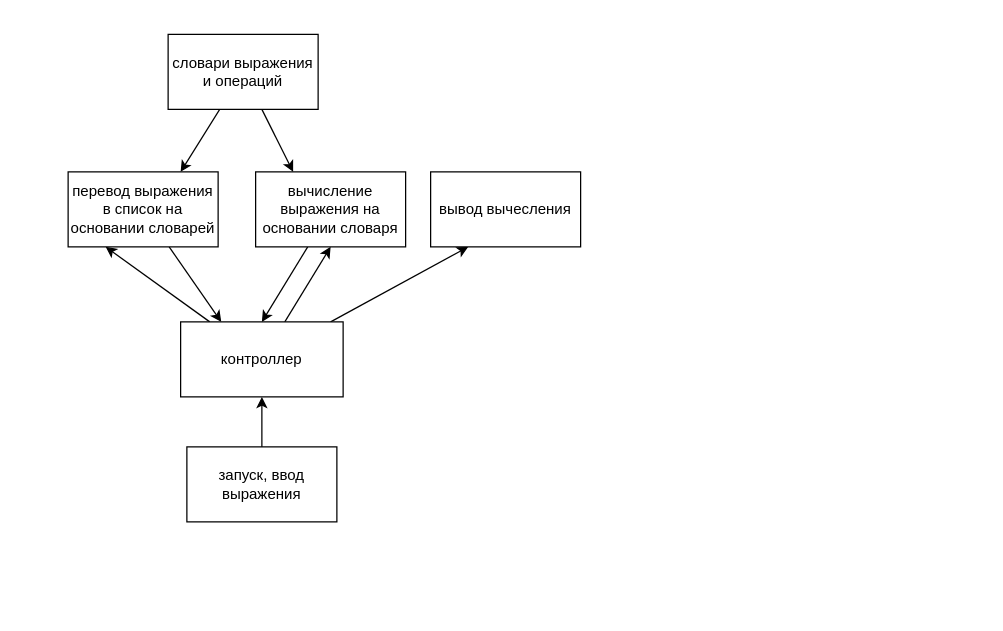
Earlier version of the draw.io diagram Seminar/prog_lesson_7/block.drawio (SoLoVeYOo/Python). Source tidied: cells renumbered, new cells numbered last; positions are measured from the earlier drawing's top-left corner, leaving out a move shared by most shapes. Both pictures are drawn from the tidied source at 125%, with x=0, y=0 at pixel (68, 34).
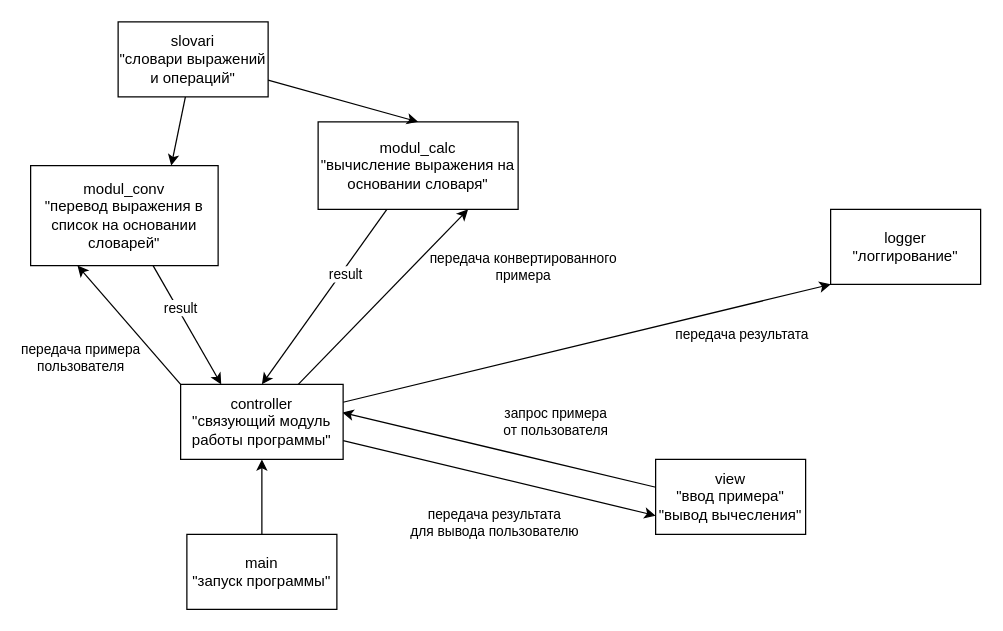
Above is the later version.

Commit message (it also covers changes not shown here):
prog_lesson_7_calc_v0.5

The change refers to these unchanged cells:
```xml
<mxCell id="2" style="edgeStyle=none;html=1;entryX=0.25;entryY=0;entryDx=0;entryDy=0;" parent="1" edge="1" source="3" target="13">
  <mxGeometry relative="1" as="geometry" />
</mxCell>
<mxCell id="4" style="edgeStyle=none;html=1;entryX=0.5;entryY=0;entryDx=0;entryDy=0;" parent="1" edge="1" source="5" target="13">
  <mxGeometry relative="1" as="geometry" />
</mxCell>
```

Diff of the diagram source:
```diff
@@
+    <mxCell id="16" value="result" style="edgeLabel;html=1;align=center;verticalAlign=middle;" parent="2" vertex="1">
+      <mxGeometry x="-0.27" y="2" relative="1" as="geometry" />
+    </mxCell>
-    <mxCell id="3" value="перевод выражения в список на основании словарей" style="rounded=0;whiteSpace=wrap;html=1;" parent="1" vertex="1">
-      <mxGeometry y="110" width="120" height="60" as="geometry" />
+    <mxCell id="3" value="modul_conv&lt;br&gt;&quot;перевод выражения в список на основании словарей&quot;" style="rounded=0;whiteSpace=wrap;html=1;" parent="1" vertex="1">
+      <mxGeometry x="-30" y="105" width="150" height="80" as="geometry" />
     </mxCell>
@@
+    <mxCell id="17" value="result" style="edgeLabel;html=1;align=center;verticalAlign=middle;" parent="4" vertex="1">
+      <mxGeometry x="-0.28" y="3" relative="1" as="geometry">
+        <mxPoint y="-1" as="offset" />
+      </mxGeometry>
+    </mxCell>
-    <mxCell id="5" value="вычисление выражения на основании словаря" style="rounded=0;whiteSpace=wrap;html=1;" parent="1" vertex="1">
-      <mxGeometry x="150" y="110" width="120" height="60" as="geometry" />
+    <mxCell id="5" value="modul_calc&lt;br&gt;&quot;вычисление выражения на основании словаря&quot;" style="rounded=0;whiteSpace=wrap;html=1;" parent="1" vertex="1">
+      <mxGeometry x="200" y="70" width="160" height="70" as="geometry" />
     </mxCell>
@@
-    <mxCell id="7" style="edgeStyle=none;html=1;" parent="1" edge="1" source="8">
-      <mxGeometry relative="1" as="geometry">
-        <mxPoint x="180" y="110" as="targetPoint" />
-      </mxGeometry>
+    <mxCell id="7" style="edgeStyle=none;html=1;entryX=0.5;entryY=0;entryDx=0;entryDy=0;" parent="1" edge="1" source="8" target="5">
+      <mxGeometry relative="1" as="geometry" />
     </mxCell>
-    <mxCell id="8" value="словари выражения и операций" style="rounded=0;whiteSpace=wrap;html=1;" parent="1" vertex="1">
-      <mxGeometry x="80" width="120" height="60" as="geometry" />
+    <mxCell id="8" value="slovari&lt;br&gt;&quot;словари выражений и операций&quot;" style="rounded=0;whiteSpace=wrap;html=1;" parent="1" vertex="1">
+      <mxGeometry x="40" y="-10" width="120" height="60" as="geometry" />
     </mxCell>
+    <mxCell id="18" value="запрос примера&lt;br&gt;от пользователя" style="edgeStyle=none;html=1;entryX=0.995;entryY=0.375;entryDx=0;entryDy=0;entryPerimeter=0;exitX=0.008;exitY=0.375;exitDx=0;exitDy=0;exitPerimeter=0;" parent="1" edge="1" source="9" target="13">
+      <mxGeometry x="-0.3" y="-32" relative="1" as="geometry" />
+    </mxCell>
-    <mxCell id="9" value="вывод вычесления" style="rounded=0;whiteSpace=wrap;html=1;" parent="1" vertex="1">
-      <mxGeometry x="290" y="110" width="120" height="60" as="geometry" />
+    <mxCell id="9" value="view&lt;br&gt;&quot;ввод примера&quot;&lt;br&gt;&quot;вывод вычесления&quot;" style="rounded=0;whiteSpace=wrap;html=1;" parent="1" vertex="1">
+      <mxGeometry x="470" y="340" width="120" height="60" as="geometry" />
     </mxCell>
-    <mxCell id="10" style="edgeStyle=none;html=1;entryX=0.25;entryY=1;entryDx=0;entryDy=0;" parent="1" edge="1" source="13" target="9">
+    <mxCell id="10" style="edgeStyle=none;html=1;entryX=0;entryY=0.75;entryDx=0;entryDy=0;exitX=1;exitY=0.75;exitDx=0;exitDy=0;" parent="1" edge="1" source="13" target="9">
       <mxGeometry relative="1" as="geometry" />
     </mxCell>
+    <mxCell id="19" value="передача результата&lt;br&gt;для вывода пользователю" style="edgeLabel;html=1;align=center;verticalAlign=middle;" parent="10" vertex="1">
+      <mxGeometry x="-0.18" relative="1" as="geometry">
+        <mxPoint x="18" y="41" as="offset" />
+      </mxGeometry>
+    </mxCell>
-    <mxCell id="11" style="edgeStyle=none;html=1;entryX=0.25;entryY=1;entryDx=0;entryDy=0;" parent="1" edge="1" source="13" target="3">
+    <mxCell id="11" style="edgeStyle=none;html=1;entryX=0.25;entryY=1;entryDx=0;entryDy=0;exitX=0;exitY=0;exitDx=0;exitDy=0;" parent="1" edge="1" source="13" target="3">
       <mxGeometry relative="1" as="geometry" />
     </mxCell>
+    <mxCell id="20" value="передача примера&lt;br&gt;пользователя" style="edgeLabel;html=1;align=center;verticalAlign=middle;" parent="11" vertex="1">
+      <mxGeometry x="-0.26" y="2" relative="1" as="geometry">
+        <mxPoint x="-48" y="13" as="offset" />
+      </mxGeometry>
+    </mxCell>
-    <mxCell id="12" style="edgeStyle=none;html=1;entryX=0.5;entryY=1;entryDx=0;entryDy=0;" parent="1" edge="1" source="13" target="5">
+    <mxCell id="12" style="edgeStyle=none;html=1;entryX=0.75;entryY=1;entryDx=0;entryDy=0;" parent="1" edge="1" source="13" target="5">
       <mxGeometry relative="1" as="geometry" />
     </mxCell>
+    <mxCell id="21" value="передача конвертированного&lt;br&gt;примера" style="edgeLabel;html=1;align=center;verticalAlign=middle;" parent="12" vertex="1">
+      <mxGeometry x="0.17" y="-4" relative="1" as="geometry">
+        <mxPoint x="97" y="-15" as="offset" />
+      </mxGeometry>
+    </mxCell>
+    <mxCell id="22" value="передача результата" style="edgeStyle=none;html=1;entryX=0;entryY=1;entryDx=0;entryDy=0;" parent="1" edge="1" source="13" target="23">
+      <mxGeometry x="0.61" y="-22" relative="1" as="geometry" />
+    </mxCell>
-    <mxCell id="13" value="контроллер" style="rounded=0;whiteSpace=wrap;html=1;" parent="1" vertex="1">
-      <mxGeometry x="90" y="230" width="130" height="60" as="geometry" />
+    <mxCell id="13" value="controller&lt;br&gt;&quot;связующий модуль работы программы&quot;" style="rounded=0;whiteSpace=wrap;html=1;" parent="1" vertex="1">
+      <mxGeometry x="90" y="280" width="130" height="60" as="geometry" />
     </mxCell>
@@
-    <mxCell id="15" value="запуск, ввод выражения" style="rounded=0;whiteSpace=wrap;html=1;" parent="1" vertex="1">
-      <mxGeometry x="95" y="330" width="120" height="60" as="geometry" />
+    <mxCell id="15" value="main&lt;br&gt;&quot;запуск программы&quot;" style="rounded=0;whiteSpace=wrap;html=1;" parent="1" vertex="1">
+      <mxGeometry x="95" y="400" width="120" height="60" as="geometry" />
     </mxCell>
+    <mxCell id="23" value="logger&lt;br&gt;&quot;логгирование&quot;" style="rounded=0;whiteSpace=wrap;html=1;" parent="1" vertex="1">
+      <mxGeometry x="610" y="140" width="120" height="60" as="geometry" />
+    </mxCell>
```
